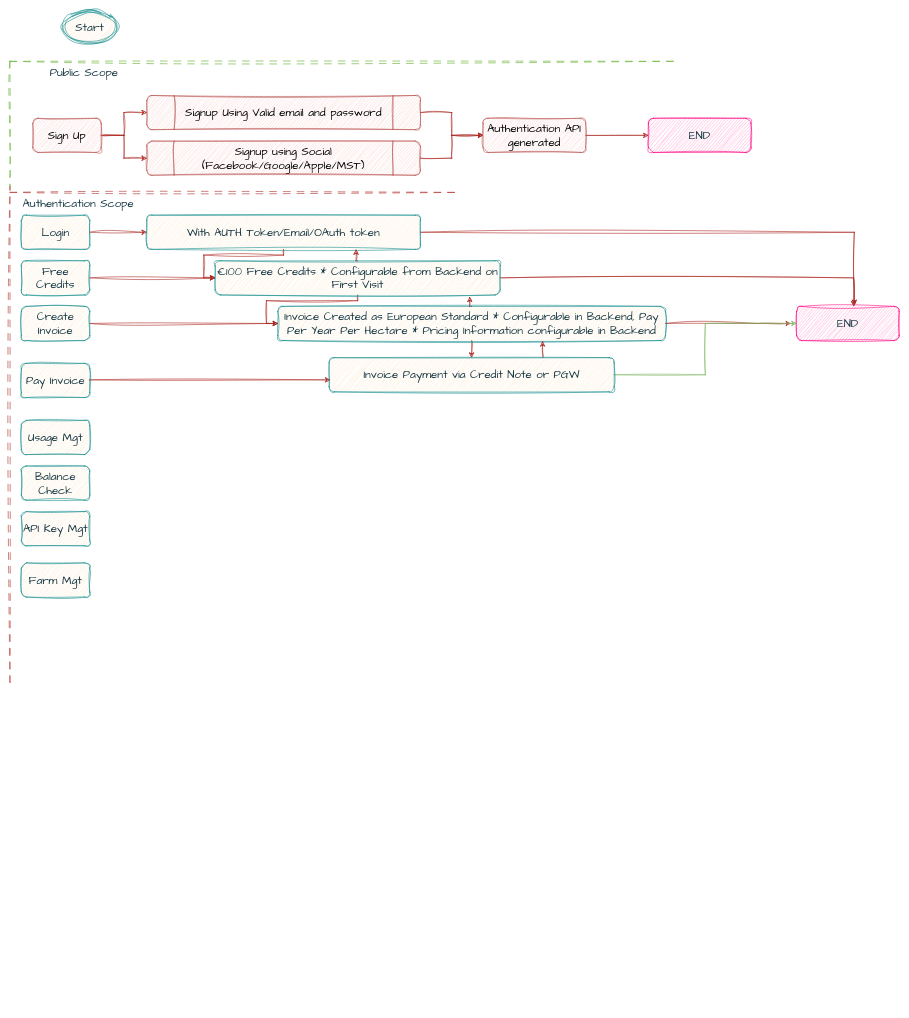
Before: data_flow_diagram.drawio in AsifKibria/SpaceNus-API-Diagram, a draw.io diagram. Source tidied: cells renumbered, new cells numbered last; positions are measured from the earlier drawing's top-left corner, leaving out a move shared by most shapes. Both pictures are drawn from the tidied source at 57%, with x=0, y=0 at pixel (10, 10).
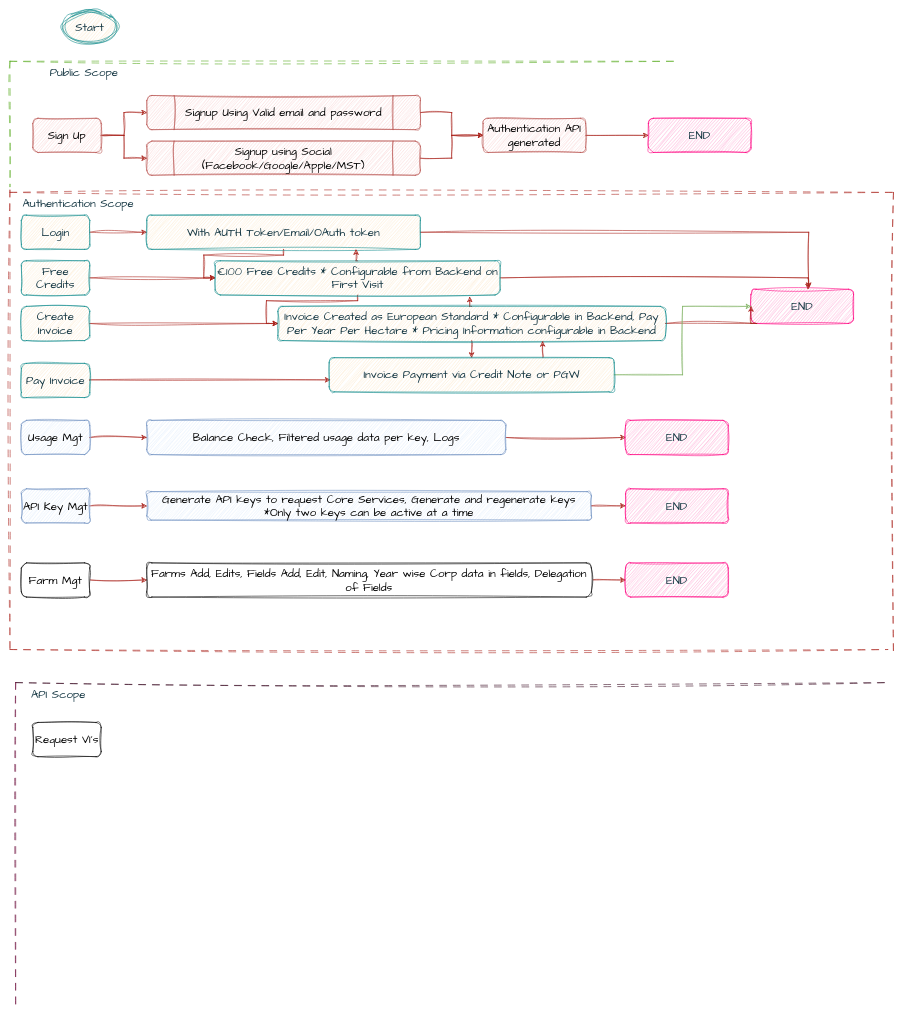
The same page after the edit.

Unchanged cells that the change refers to:
```xml
<mxCell id="44" value="Invoice Created as European Standard * Configurable in Backend, Pay Per Year Per Hectare * Pricing Information configurable in Backend" style="whiteSpace=wrap;html=1;fontSize=20;fontFamily=Architects Daughter;fillColor=#FAE5C7;strokeColor=#0F8B8D;fontColor=#143642;rounded=1;hachureGap=4;sketch=1;curveFitting=1;jiggle=2;labelBackgroundColor=none;" parent="1" vertex="1">
  <mxGeometry x="470" y="520" width="680" height="60" as="geometry" />
</mxCell>
```

What changed in the source:
```diff
@@
-    <mxCell id="10" value="Balance Check" style="rounded=1;whiteSpace=wrap;html=1;hachureGap=4;fontFamily=Architects Daughter;fontSize=20;sketch=1;curveFitting=1;jiggle=2;labelBackgroundColor=none;fillColor=#FAE5C7;strokeColor=#0F8B8D;fontColor=#143642;" parent="1" vertex="1">
-      <mxGeometry x="20" y="800" width="120" height="60" as="geometry" />
-    </mxCell>
+    <mxCell id="48" style="edgeStyle=orthogonalEdgeStyle;rounded=0;sketch=1;hachureGap=4;jiggle=2;curveFitting=1;jettySize=auto;html=1;strokeColor=#A8201A;fontFamily=Architects Daughter;fontSize=16;fontColor=#143642;fillColor=#FAE5C7;" parent="1" edge="1" source="11" target="55">
+      <mxGeometry relative="1" as="geometry" />
+    </mxCell>
-    <mxCell id="11" value="API Key Mgt" style="rounded=1;whiteSpace=wrap;html=1;hachureGap=4;fontFamily=Architects Daughter;fontSize=20;sketch=1;curveFitting=1;jiggle=2;labelBackgroundColor=none;fillColor=#FAE5C7;strokeColor=#0F8B8D;fontColor=#143642;" parent="1" vertex="1">
-      <mxGeometry x="20" y="880" width="120" height="60" as="geometry" />
+    <mxCell id="11" value="API Key Mgt" style="rounded=1;whiteSpace=wrap;html=1;hachureGap=4;fontFamily=Architects Daughter;fontSize=20;sketch=1;curveFitting=1;jiggle=2;labelBackgroundColor=none;fillColor=#dae8fc;strokeColor=#6c8ebf;" parent="1" vertex="1">
+      <mxGeometry x="20" y="840" width="120" height="60" as="geometry" />
     </mxCell>
+    <mxCell id="49" style="edgeStyle=orthogonalEdgeStyle;rounded=0;sketch=1;hachureGap=4;jiggle=2;curveFitting=1;jettySize=auto;html=1;strokeColor=#A8201A;fontFamily=Architects Daughter;fontSize=16;fontColor=#143642;fillColor=#FAE5C7;" parent="1" edge="1" source="12" target="58">
+      <mxGeometry relative="1" as="geometry" />
+    </mxCell>
-    <mxCell id="12" value="Farm Mgt" style="rounded=1;whiteSpace=wrap;html=1;hachureGap=4;fontFamily=Architects Daughter;fontSize=20;sketch=1;curveFitting=1;jiggle=2;labelBackgroundColor=none;fillColor=#FAE5C7;strokeColor=#0F8B8D;fontColor=#143642;" parent="1" vertex="1">
+    <mxCell id="12" value="Farm Mgt" style="rounded=1;whiteSpace=wrap;html=1;hachureGap=4;fontFamily=Architects Daughter;fontSize=20;sketch=1;curveFitting=1;jiggle=2;labelBackgroundColor=none;" parent="1" vertex="1">
       <mxGeometry x="20" y="970" width="120" height="60" as="geometry" />
     </mxCell>
+    <mxCell id="50" style="edgeStyle=orthogonalEdgeStyle;rounded=0;sketch=1;hachureGap=4;jiggle=2;curveFitting=1;jettySize=auto;html=1;strokeColor=#A8201A;fontFamily=Architects Daughter;fontSize=16;fontColor=#143642;fillColor=#FAE5C7;" parent="1" edge="1" source="13" target="52">
+      <mxGeometry relative="1" as="geometry" />
+    </mxCell>
-    <mxCell id="13" value="Usage Mgt" style="rounded=1;whiteSpace=wrap;html=1;hachureGap=4;fontFamily=Architects Daughter;fontSize=20;sketch=1;curveFitting=1;jiggle=2;labelBackgroundColor=none;fillColor=#FAE5C7;strokeColor=#0F8B8D;fontColor=#143642;" parent="1" vertex="1">
+    <mxCell id="13" value="Usage Mgt" style="rounded=1;whiteSpace=wrap;html=1;hachureGap=4;fontFamily=Architects Daughter;fontSize=20;sketch=1;curveFitting=1;jiggle=2;labelBackgroundColor=none;fillColor=#dae8fc;strokeColor=#6c8ebf;" parent="1" vertex="1">
       <mxGeometry x="20" y="720" width="120" height="60" as="geometry" />
     </mxCell>
@@
     <mxCell id="15" style="endArrow=none;html=1;rounded=1;hachureGap=4;fontFamily=Architects Daughter;fontSize=16;dashed=1;dashPattern=12 12;sketch=1;curveFitting=1;jiggle=2;labelBackgroundColor=none;strokeColor=#A8201A;fontColor=default;" parent="1" edge="1">
       <mxGeometry relative="1" as="geometry">
-        <mxPoint y="1180" as="sourcePoint" />
+        <mxPoint y="1120" as="sourcePoint" />
         <mxPoint y="310" as="targetPoint" />
       </mxGeometry>
     </mxCell>
     <mxCell id="16" style="endArrow=none;html=1;rounded=1;hachureGap=4;fontFamily=Architects Daughter;fontSize=16;dashed=1;dashPattern=12 12;sketch=1;curveFitting=1;jiggle=2;labelBackgroundColor=none;strokeColor=#A8201A;fontColor=default;" parent="1" edge="1">
       <mxGeometry relative="1" as="geometry">
         <mxPoint y="320" as="sourcePoint" />
-        <mxPoint x="790" y="320" as="targetPoint" />
+        <mxPoint x="1550" y="320" as="targetPoint" />
       </mxGeometry>
     </mxCell>
@@
     <mxCell id="36" value="END" style="whiteSpace=wrap;html=1;fontSize=20;fontFamily=Architects Daughter;fillColor=#FF99CC;strokeColor=#FF0080;fontColor=#143642;hachureGap=4;sketch=1;curveFitting=1;jiggle=2;rounded=1;labelBackgroundColor=none;" parent="1" vertex="1">
-      <mxGeometry x="1380" y="520" width="180" height="60" as="geometry" />
+      <mxGeometry x="1300" y="490" width="180" height="60" as="geometry" />
     </mxCell>
@@
     <mxCell id="43" style="edgeStyle=orthogonalEdgeStyle;rounded=0;sketch=1;hachureGap=4;jiggle=2;curveFitting=1;jettySize=auto;html=1;exitX=1;exitY=0.5;exitDx=0;exitDy=0;strokeColor=#A8201A;fontFamily=Architects Daughter;fontSize=16;fontColor=#143642;fillColor=#FAE5C7;" parent="1" edge="1" source="44">
       <mxGeometry relative="1" as="geometry">
-        <mxPoint x="1370" y="550" as="targetPoint" />
+        <mxPoint x="1300" y="520" as="targetPoint" />
         <Array as="points">
           <mxPoint x="1310" y="550" />
           <mxPoint x="1310" y="550" />
         </Array>
       </mxGeometry>
     </mxCell>
@@
+    <mxCell id="51" style="edgeStyle=orthogonalEdgeStyle;rounded=0;sketch=1;hachureGap=4;jiggle=2;curveFitting=1;jettySize=auto;html=1;strokeColor=#A8201A;fontFamily=Architects Daughter;fontSize=16;fontColor=#143642;fillColor=#FAE5C7;" parent="1" edge="1" source="52" target="53">
+      <mxGeometry relative="1" as="geometry" />
+    </mxCell>
+    <mxCell id="52" value="Balance Check, Filtered usage data per key, Logs" style="rounded=1;whiteSpace=wrap;html=1;hachureGap=4;fontFamily=Architects Daughter;fontSize=20;sketch=1;curveFitting=1;jiggle=2;labelBackgroundColor=none;fillColor=#dae8fc;strokeColor=#6c8ebf;" parent="1" vertex="1">
+      <mxGeometry x="240" y="720" width="630" height="60" as="geometry" />
+    </mxCell>
+    <mxCell id="53" value="END" style="whiteSpace=wrap;html=1;fontSize=20;fontFamily=Architects Daughter;fillColor=#FF99CC;strokeColor=#FF0080;fontColor=#143642;hachureGap=4;sketch=1;curveFitting=1;jiggle=2;rounded=1;labelBackgroundColor=none;" parent="1" vertex="1">
+      <mxGeometry x="1080" y="720" width="180" height="60" as="geometry" />
+    </mxCell>
+    <mxCell id="54" style="edgeStyle=orthogonalEdgeStyle;rounded=0;sketch=1;hachureGap=4;jiggle=2;curveFitting=1;jettySize=auto;html=1;exitX=1;exitY=0.5;exitDx=0;exitDy=0;strokeColor=#A8201A;fontFamily=Architects Daughter;fontSize=16;fontColor=#143642;fillColor=#FAE5C7;" parent="1" edge="1" source="55" target="56">
+      <mxGeometry relative="1" as="geometry" />
+    </mxCell>
+    <mxCell id="55" value="Generate API keys to request Core Services, Generate and regenerate keys&lt;br&gt;*Only two keys can be active at a time" style="rounded=1;whiteSpace=wrap;html=1;hachureGap=4;fontFamily=Architects Daughter;fontSize=20;sketch=1;curveFitting=1;jiggle=2;labelBackgroundColor=none;fillColor=#dae8fc;strokeColor=#6c8ebf;" parent="1" vertex="1">
+      <mxGeometry x="240" y="845" width="780" height="50" as="geometry" />
+    </mxCell>
+    <mxCell id="56" value="END" style="whiteSpace=wrap;html=1;fontSize=20;fontFamily=Architects Daughter;fillColor=#FF99CC;strokeColor=#FF0080;fontColor=#143642;hachureGap=4;sketch=1;curveFitting=1;jiggle=2;rounded=1;labelBackgroundColor=none;" parent="1" vertex="1">
+      <mxGeometry x="1080" y="840" width="180" height="60" as="geometry" />
+    </mxCell>
+    <mxCell id="57" style="edgeStyle=orthogonalEdgeStyle;rounded=0;sketch=1;hachureGap=4;jiggle=2;curveFitting=1;jettySize=auto;html=1;exitX=1;exitY=0.5;exitDx=0;exitDy=0;strokeColor=#A8201A;fontFamily=Architects Daughter;fontSize=16;fontColor=#143642;fillColor=#FAE5C7;" parent="1" edge="1" source="58" target="59">
+      <mxGeometry relative="1" as="geometry" />
+    </mxCell>
+    <mxCell id="58" value="Farms Add, Edits, Fields Add, Edit, Naming, Year wise Corp data in fields, Delegation of Fields" style="rounded=1;whiteSpace=wrap;html=1;hachureGap=4;fontFamily=Architects Daughter;fontSize=20;sketch=1;curveFitting=1;jiggle=2;labelBackgroundColor=none;" parent="1" vertex="1">
+      <mxGeometry x="240" y="970" width="780" height="60" as="geometry" />
+    </mxCell>
+    <mxCell id="59" value="END" style="whiteSpace=wrap;html=1;fontSize=20;fontFamily=Architects Daughter;fillColor=#FF99CC;strokeColor=#FF0080;fontColor=#143642;hachureGap=4;sketch=1;curveFitting=1;jiggle=2;rounded=1;labelBackgroundColor=none;" parent="1" vertex="1">
+      <mxGeometry x="1080" y="970" width="180" height="60" as="geometry" />
+    </mxCell>
+    <mxCell id="60" style="endArrow=none;html=1;rounded=1;hachureGap=4;fontFamily=Architects Daughter;fontSize=16;dashed=1;dashPattern=12 12;sketch=1;curveFitting=1;jiggle=2;labelBackgroundColor=none;strokeColor=#A8201A;fontColor=default;" parent="1" edge="1">
+      <mxGeometry relative="1" as="geometry">
+        <mxPoint y="1122" as="sourcePoint" />
+        <mxPoint x="1540" y="1122" as="targetPoint" />
+      </mxGeometry>
+    </mxCell>
+    <mxCell id="61" style="endArrow=none;html=1;rounded=1;hachureGap=4;fontFamily=Architects Daughter;fontSize=16;dashed=1;dashPattern=12 12;sketch=1;curveFitting=1;jiggle=2;labelBackgroundColor=none;strokeColor=#A8201A;fontColor=default;" parent="1" edge="1">
+      <mxGeometry relative="1" as="geometry">
+        <mxPoint x="1550" y="320" as="sourcePoint" />
+        <mxPoint x="1550" y="1132" as="targetPoint" />
+      </mxGeometry>
+    </mxCell>
+    <mxCell id="62" value="Request VI's" style="rounded=1;whiteSpace=wrap;html=1;hachureGap=4;fontFamily=Architects Daughter;fontSize=20;sketch=1;curveFitting=1;jiggle=2;labelBackgroundColor=none;" parent="1" vertex="1">
+      <mxGeometry x="40" y="1250" width="120" height="60" as="geometry" />
+    </mxCell>
+    <mxCell id="63" style="endArrow=none;html=1;rounded=1;hachureGap=4;fontFamily=Architects Daughter;fontSize=16;dashed=1;dashPattern=12 12;sketch=1;curveFitting=1;jiggle=2;labelBackgroundColor=none;strokeColor=#33001A;fontColor=default;" parent="1" edge="1">
+      <mxGeometry relative="1" as="geometry">
+        <mxPoint x="10" y="1180" as="sourcePoint" />
+        <mxPoint x="1540" y="1180" as="targetPoint" />
+      </mxGeometry>
+    </mxCell>
+    <mxCell id="64" style="endArrow=none;html=1;rounded=1;hachureGap=4;fontFamily=Architects Daughter;fontSize=16;dashed=1;dashPattern=12 12;sketch=1;curveFitting=1;jiggle=2;labelBackgroundColor=none;strokeColor=#660033;fontColor=default;" parent="1" edge="1">
+      <mxGeometry relative="1" as="geometry">
+        <mxPoint x="10" y="1180" as="sourcePoint" />
+        <mxPoint x="10" y="1750" as="targetPoint" />
+      </mxGeometry>
+    </mxCell>
+    <mxCell id="65" value="API Scope" style="text;html=1;strokeColor=none;fillColor=none;align=center;verticalAlign=middle;whiteSpace=wrap;rounded=1;fontSize=20;fontFamily=Architects Daughter;sketch=1;curveFitting=1;jiggle=2;labelBackgroundColor=none;fontColor=#143642;" parent="1" vertex="1">
+      <mxGeometry x="30" y="1190" width="110" height="20" as="geometry" />
+    </mxCell>
```
